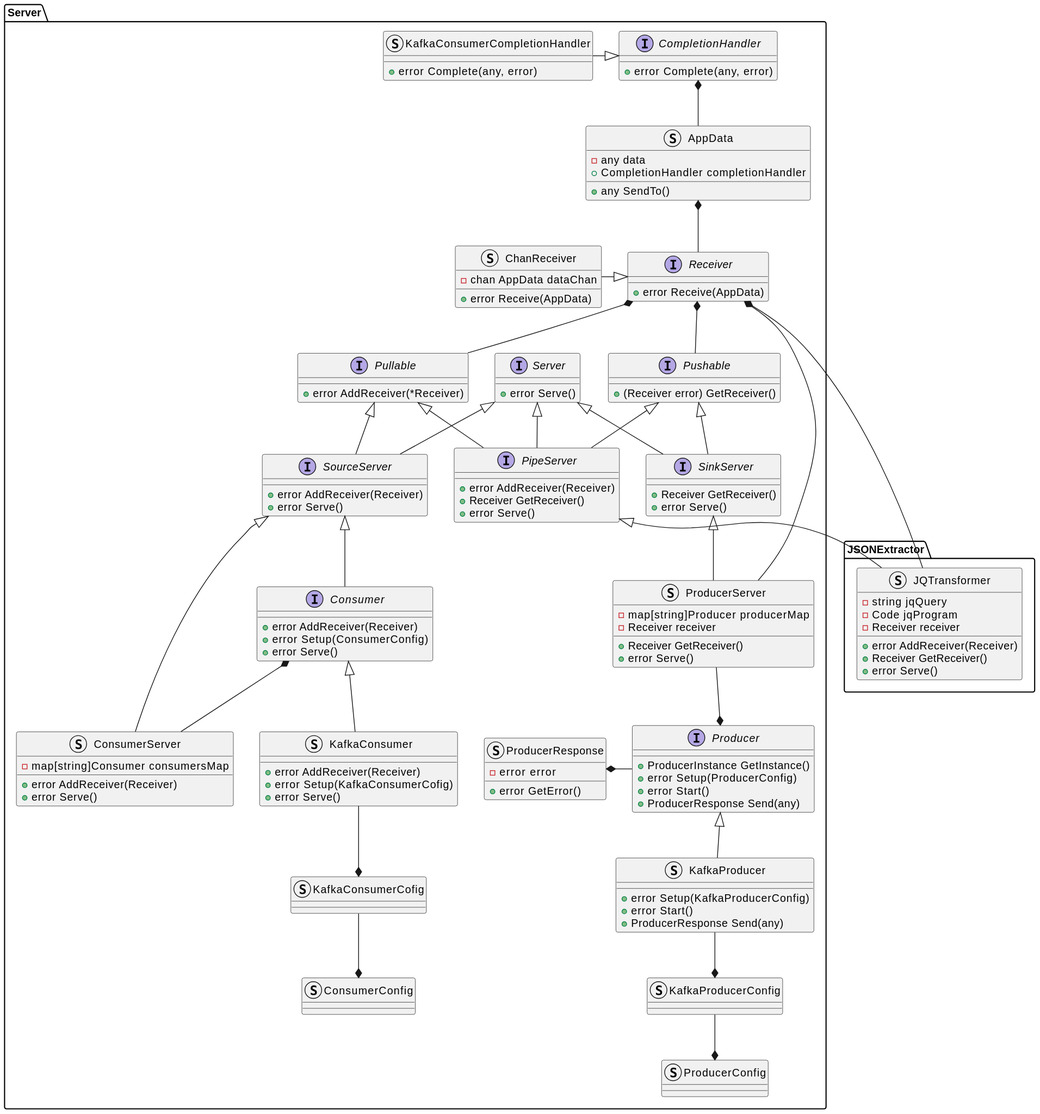
Earlier version of the PlantUML export docs/design_notes/DN1_JSON_Extractor/class_diagram.svg (xtuml/otel2pv).
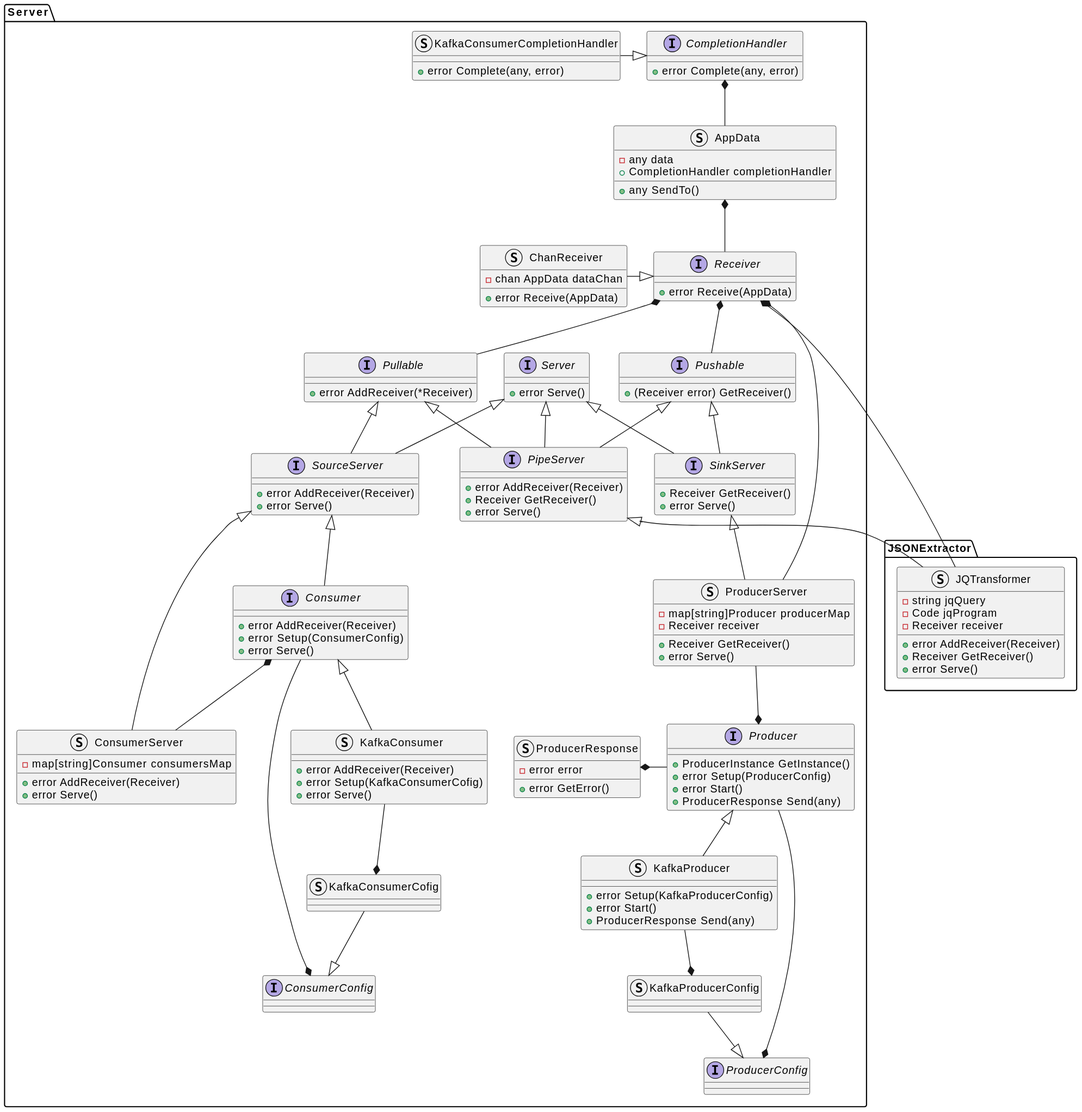
After the change.

Commit message:
CDSOPV-44 updated class diagram to use empty type for config for Consumer and Producer (#11)

The edit, as a diff of the source:
```diff
@@ -88,8 +88,8 @@
     }
     struct KafkaConsumerCofig
     struct KafkaProducerConfig
-    struct ProducerConfig
-    struct ConsumerConfig
+    interface ProducerConfig
+    interface ConsumerConfig
 }
 Server.CompletionHandler *-- Server.AppData
 Server.CompletionHandler <|-left- Server.KafkaConsumerCompletionHandler
@@ -121,6 +121,9 @@
 Server.PipeServer <|-- JSONExtractor.JQTransformer
 Server.Receiver *-- JSONExtractor.JQTransformer
 
-Server.ProducerConfig *-up- Server.KafkaProducerConfig
-Server.ConsumerConfig *-up- Server.KafkaConsumerCofig
+Server.ProducerConfig <|-up- Server.KafkaProducerConfig
+Server.ConsumerConfig <|-up- Server.KafkaConsumerCofig
+
+Server.ConsumerConfig *-- Server.Consumer
+Server.ProducerConfig *-- Server.Producer
 @enduml
```
